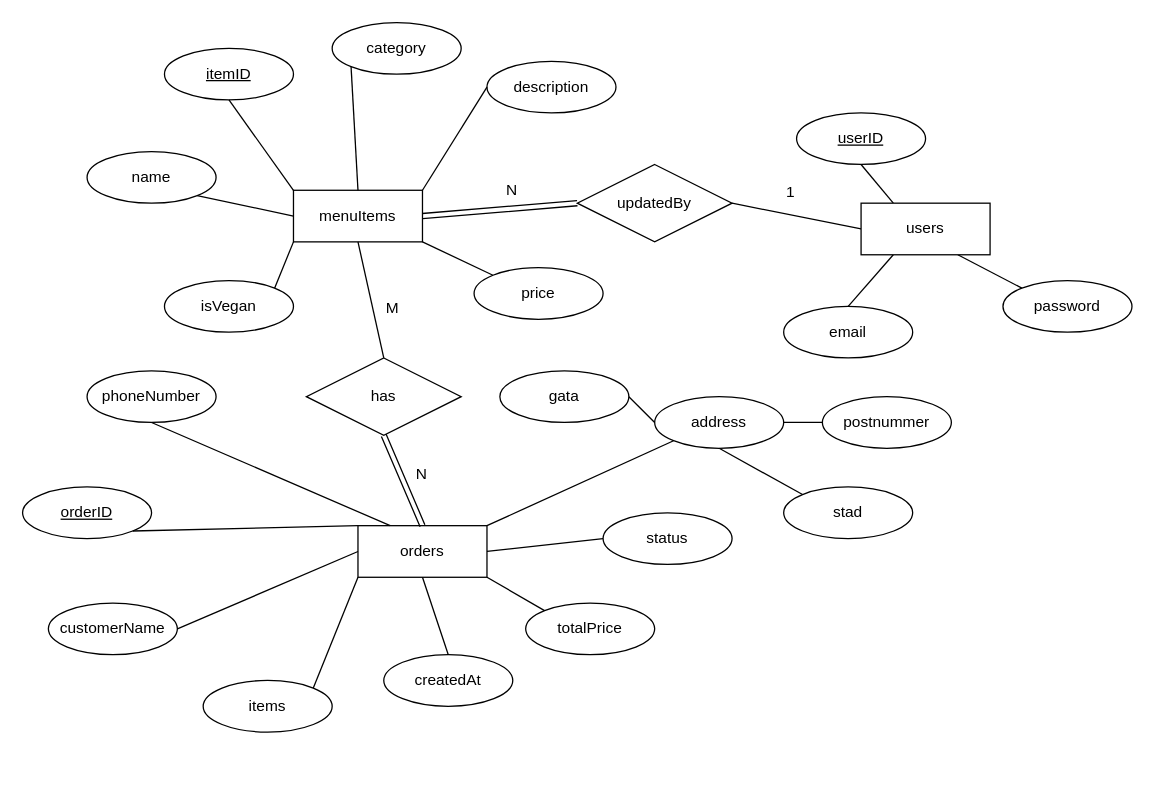
The draw.io diagram diagram/restaurant_diagram.drawio in frja2400/dt207g-project-restapi, before the edit. Source tidied: cells renumbered, new cells numbered last; positions are measured from the earlier drawing's top-left corner, leaving out a move shared by most shapes. Both pictures are drawn from the tidied source at 129%, with x=0, y=0 at pixel (22, 22).
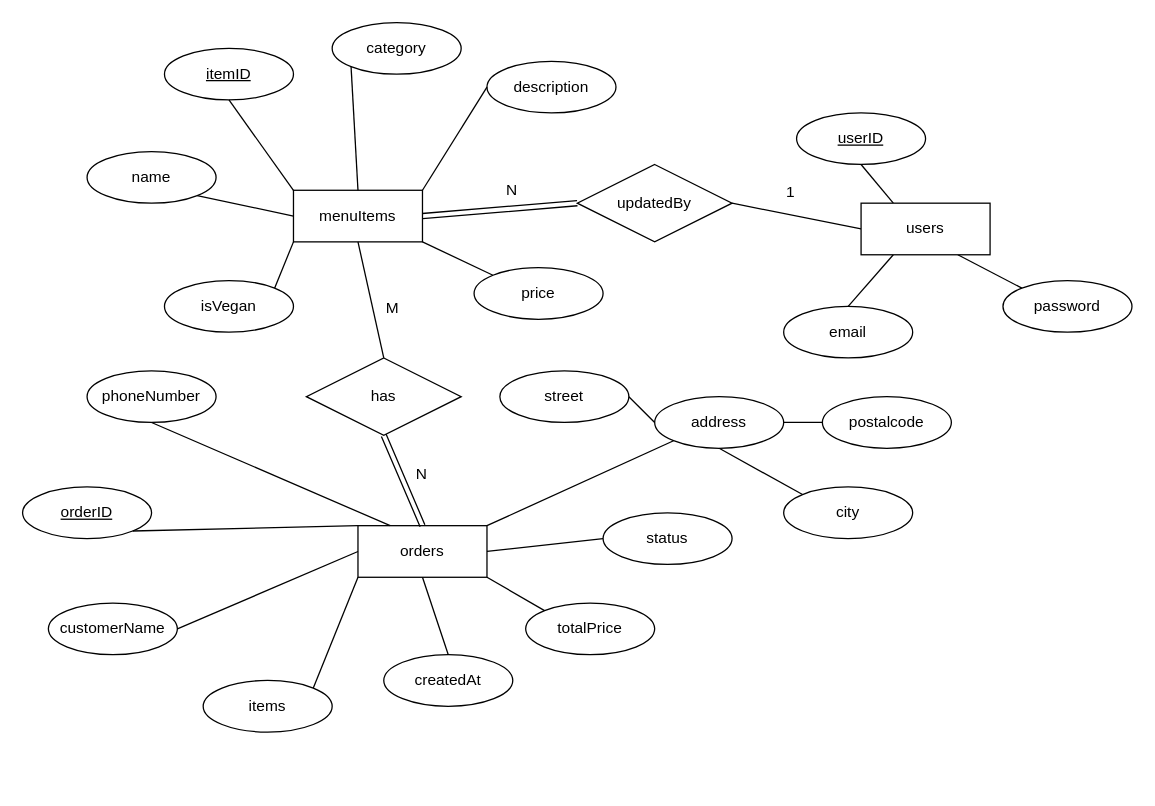
After the change.

Commit message:
Uppdaterade mitt ER-diagram.

What changed in the source:
```diff
@@
-    <mxCell id="48" value="stad" style="ellipse;whiteSpace=wrap;html=1;align=center;" parent="1" vertex="1">
+    <mxCell id="48" value="city" style="ellipse;whiteSpace=wrap;html=1;align=center;" parent="1" vertex="1">
       <mxGeometry x="590" y="360" width="100" height="40" as="geometry" />
     </mxCell>
-    <mxCell id="49" value="gata" style="ellipse;whiteSpace=wrap;html=1;align=center;" parent="1" vertex="1">
+    <mxCell id="49" value="street" style="ellipse;whiteSpace=wrap;html=1;align=center;" parent="1" vertex="1">
       <mxGeometry x="370" y="270" width="100" height="40" as="geometry" />
     </mxCell>
-    <mxCell id="50" value="postnummer" style="ellipse;whiteSpace=wrap;html=1;align=center;" parent="1" vertex="1">
+    <mxCell id="50" value="postalcode" style="ellipse;whiteSpace=wrap;html=1;align=center;" parent="1" vertex="1">
       <mxGeometry x="620" y="290" width="100" height="40" as="geometry" />
     </mxCell>
```
